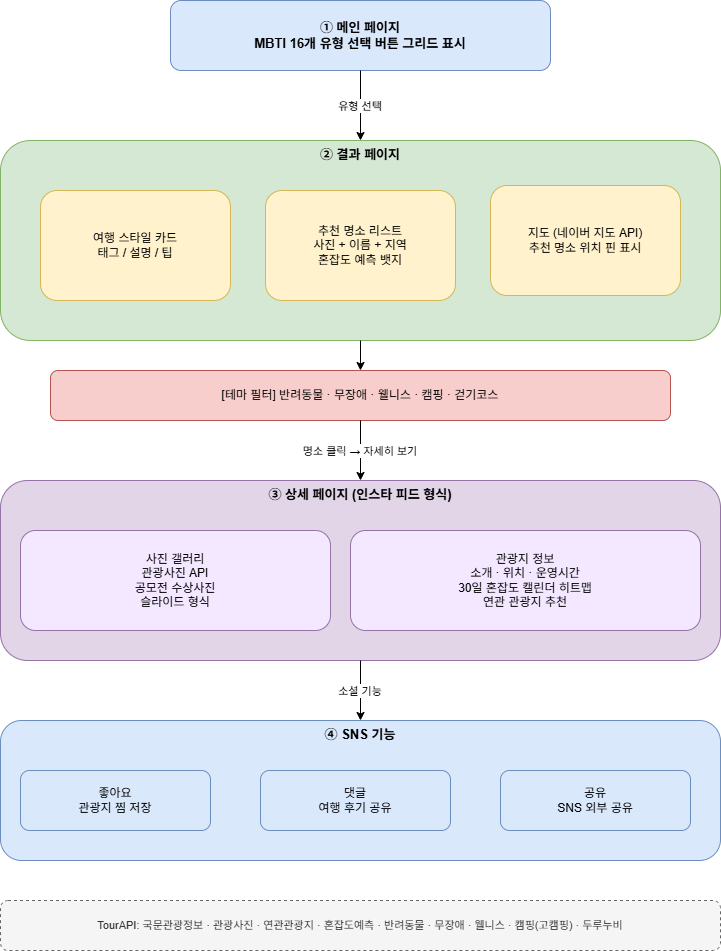
Before: assets/flowchart-light.png, a diagram exported from draw.io (rspstat/IYK). Source tidied: cells renumbered, new cells last; positions are measured from the earlier drawing's top-left corner, leaving out a move shared by most shapes.
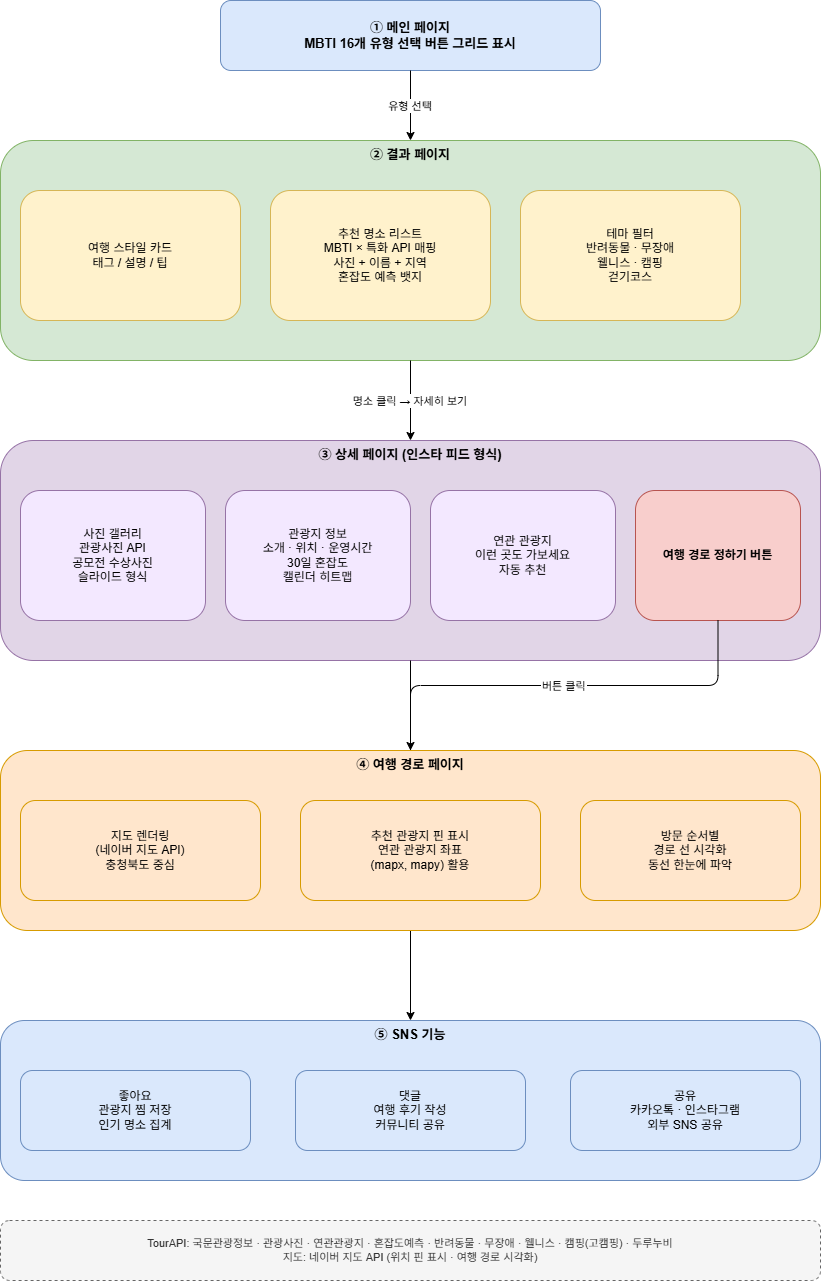
The same diagram one commit later.

Change to the diagram source:
```diff
@@ -5,56 +5,71 @@
     <mxCell id="2" value="① 메인 페이지&#10;MBTI 16개 유형 선택 버튼 그리드 표시" style="rounded=1;whiteSpace=wrap;html=1;fillColor=#dae8fc;strokeColor=#6c8ebf;fontStyle=1;fontSize=13;" parent="1" vertex="1">
       <mxGeometry x="170" width="380" height="70" as="geometry" />
     </mxCell>
-    <mxCell id="3" value="유형 선택" style="edgeStyle=orthogonalEdgeStyle;rounded=0;jettySize=auto;exitX=0.5;exitY=1;exitDx=0;exitDy=0;entryX=0.5;entryY=0;entryDx=0;entryDy=0;" parent="1" edge="1" source="2" target="4">
+    <mxCell id="3" value="유형 선택" style="edgeStyle=orthogonalEdgeStyle;" parent="1" edge="1" source="2" target="4">
       <mxGeometry relative="1" as="geometry" />
     </mxCell>
     <mxCell id="4" value="② 결과 페이지" style="rounded=1;whiteSpace=wrap;html=1;fillColor=#d5e8d4;strokeColor=#82b366;fontStyle=1;fontSize=13;verticalAlign=top;" parent="1" vertex="1">
-      <mxGeometry y="140" width="720" height="200" as="geometry" />
+      <mxGeometry x="-50" y="140" width="820" height="220" as="geometry" />
     </mxCell>
     <mxCell id="5" value="여행 스타일 카드&#10;태그 / 설명 / 팁" style="rounded=1;whiteSpace=wrap;html=1;fillColor=#fff2cc;strokeColor=#d6b656;fontSize=12;" parent="1" vertex="1">
-      <mxGeometry x="40" y="190" width="190" height="110" as="geometry" />
+      <mxGeometry x="-30" y="190" width="220" height="130" as="geometry" />
     </mxCell>
-    <mxCell id="6" value="추천 명소 리스트&#10;사진 + 이름 + 지역&#10;혼잡도 예측 뱃지" style="rounded=1;whiteSpace=wrap;html=1;fillColor=#fff2cc;strokeColor=#d6b656;fontSize=12;" parent="1" vertex="1">
-      <mxGeometry x="265" y="190" width="190" height="110" as="geometry" />
+    <mxCell id="6" value="추천 명소 리스트&#10;MBTI × 특화 API 매핑&#10;사진 + 이름 + 지역&#10;혼잡도 예측 뱃지" style="rounded=1;whiteSpace=wrap;html=1;fillColor=#fff2cc;strokeColor=#d6b656;fontSize=12;" parent="1" vertex="1">
+      <mxGeometry x="220" y="190" width="220" height="130" as="geometry" />
     </mxCell>
-    <mxCell id="7" value="지도 (네이버 지도 API)&#10;추천 명소 위치 핀 표시" style="rounded=1;whiteSpace=wrap;html=1;fillColor=#fff2cc;strokeColor=#d6b656;fontSize=12;" parent="1" vertex="1">
-      <mxGeometry x="490" y="185" width="190" height="110" as="geometry" />
+    <mxCell id="7" value="테마 필터&#10;반려동물 · 무장애&#10;웰니스 · 캠핑&#10;걷기코스" style="rounded=1;whiteSpace=wrap;html=1;fillColor=#fff2cc;strokeColor=#d6b656;fontSize=12;" parent="1" vertex="1">
+      <mxGeometry x="470" y="190" width="220" height="130" as="geometry" />
     </mxCell>
-    <mxCell id="8" value="[테마 필터]  반려동물 · 무장애 · 웰니스 · 캠핑 · 걷기코스" style="rounded=1;whiteSpace=wrap;html=1;fillColor=#f8cecc;strokeColor=#b85450;fontSize=12;" parent="1" vertex="1">
-      <mxGeometry x="50" y="370" width="620" height="50" as="geometry" />
+    <mxCell id="8" value="명소 클릭 → 자세히 보기" style="edgeStyle=orthogonalEdgeStyle;" parent="1" edge="1" source="4" target="11">
+      <mxGeometry relative="1" as="geometry" />
     </mxCell>
-    <mxCell id="9" style="edgeStyle=orthogonalEdgeStyle;" parent="1" edge="1" source="4" target="8">
-      <mxGeometry relative="1" as="geometry" />
-    </mxCell>
-    <mxCell id="10" value="명소 클릭 → 자세히 보기" style="edgeStyle=orthogonalEdgeStyle;" parent="1" edge="1" source="8" target="11">
-      <mxGeometry relative="1" as="geometry" />
-    </mxCell>
     <mxCell id="11" value="③ 상세 페이지 (인스타 피드 형식)" style="rounded=1;whiteSpace=wrap;html=1;fillColor=#e1d5e7;strokeColor=#9673a6;fontStyle=1;fontSize=13;verticalAlign=top;" parent="1" vertex="1">
-      <mxGeometry y="480" width="720" height="180" as="geometry" />
+      <mxGeometry x="-50" y="440" width="820" height="220" as="geometry" />
     </mxCell>
     <mxCell id="12" value="사진 갤러리&#10;관광사진 API&#10;공모전 수상사진&#10;슬라이드 형식" style="rounded=1;whiteSpace=wrap;html=1;fillColor=#f3e8ff;strokeColor=#9673a6;fontSize=12;" parent="1" vertex="1">
-      <mxGeometry x="20" y="530" width="310" height="100" as="geometry" />
+      <mxGeometry x="-30" y="490" width="185" height="130" as="geometry" />
     </mxCell>
-    <mxCell id="13" value="관광지 정보&#10;소개 · 위치 · 운영시간&#10;30일 혼잡도 캘린더 히트맵&#10;연관 관광지 추천" style="rounded=1;whiteSpace=wrap;html=1;fillColor=#f3e8ff;strokeColor=#9673a6;fontSize=12;" parent="1" vertex="1">
-      <mxGeometry x="350" y="530" width="350" height="100" as="geometry" />
+    <mxCell id="13" value="관광지 정보&#10;소개 · 위치 · 운영시간&#10;30일 혼잡도&#10;캘린더 히트맵" style="rounded=1;whiteSpace=wrap;html=1;fillColor=#f3e8ff;strokeColor=#9673a6;fontSize=12;" parent="1" vertex="1">
+      <mxGeometry x="175" y="490" width="185" height="130" as="geometry" />
     </mxCell>
-    <mxCell id="14" value="소셜 기능" style="edgeStyle=orthogonalEdgeStyle;" parent="1" edge="1" source="11" target="15">
-      <mxGeometry relative="1" as="geometry" />
+    <mxCell id="14" value="연관 관광지&#10;이런 곳도 가보세요&#10;자동 추천" style="rounded=1;whiteSpace=wrap;html=1;fillColor=#f3e8ff;strokeColor=#9673a6;fontSize=12;" parent="1" vertex="1">
+      <mxGeometry x="380" y="490" width="185" height="130" as="geometry" />
     </mxCell>
+    <mxCell id="20" value="여행 경로 정하기 버튼" style="rounded=1;whiteSpace=wrap;html=1;fillColor=#f8cecc;strokeColor=#b85450;fontStyle=1;fontSize=12;" parent="1" vertex="1">
+      <mxGeometry x="585" y="490" width="165" height="130" as="geometry" />
+    </mxCell>
-    <mxCell id="15" value="④ SNS 기능" style="rounded=1;whiteSpace=wrap;html=1;fillColor=#dae8fc;strokeColor=#6c8ebf;fontStyle=1;fontSize=13;verticalAlign=top;" parent="1" vertex="1">
-      <mxGeometry y="720" width="720" height="140" as="geometry" />
+    <mxCell id="15" value="버튼 클릭" style="edgeStyle=orthogonalEdgeStyle;" parent="1" edge="1" source="20" target="19">
+      <mxGeometry relative="1" as="geometry" />
     </mxCell>
-    <mxCell id="16" value="좋아요&#10;관광지 찜 저장" style="rounded=1;whiteSpace=wrap;html=1;fillColor=#dae8fc;strokeColor=#6c8ebf;fontSize=12;" parent="1" vertex="1">
-      <mxGeometry x="20" y="770" width="190" height="60" as="geometry" />
+    <mxCell id="16" value="소셜 기능" style="edgeStyle=orthogonalEdgeStyle;exitX=0.5;exitY=1;exitDx=0;exitDy=0;" parent="1" edge="1" source="11" target="24">
+      <mxGeometry relative="1" as="geometry" />
     </mxCell>
-    <mxCell id="17" value="댓글&#10;여행 후기 공유" style="rounded=1;whiteSpace=wrap;html=1;fillColor=#dae8fc;strokeColor=#6c8ebf;fontSize=12;" parent="1" vertex="1">
-      <mxGeometry x="260" y="770" width="190" height="60" as="geometry" />
-    </mxCell>
-    <mxCell id="18" value="공유&#10;SNS 외부 공유" style="rounded=1;whiteSpace=wrap;html=1;fillColor=#dae8fc;strokeColor=#6c8ebf;fontSize=12;" parent="1" vertex="1">
-      <mxGeometry x="500" y="770" width="190" height="60" as="geometry" />
-    </mxCell>
-    <mxCell id="19" value="TourAPI: 국문관광정보 · 관광사진 · 연관관광지 · 혼잡도예측 · 반려동물 · 무장애 · 웰니스 · 캠핑(고캠핑) · 두루누비" style="rounded=1;whiteSpace=wrap;html=1;fillColor=#f5f5f5;strokeColor=#666666;fontColor=#333333;fontSize=11;dashed=1;" parent="1" vertex="1">
-      <mxGeometry y="900" width="720" height="50" as="geometry" />
+    <mxCell id="19" value="④ 여행 경로 페이지" style="rounded=1;whiteSpace=wrap;html=1;fillColor=#ffe6cc;strokeColor=#d79b00;fontStyle=1;fontSize=13;verticalAlign=top;" parent="1" vertex="1">
+      <mxGeometry x="-50" y="750" width="820" height="180" as="geometry" />
     </mxCell>
+    <mxCell id="21" value="지도 렌더링&#10;(네이버 지도 API)&#10;충청북도 중심" style="rounded=1;whiteSpace=wrap;html=1;fillColor=#ffe6cc;strokeColor=#d79b00;fontSize=12;" parent="1" vertex="1">
+      <mxGeometry x="-30" y="800" width="240" height="100" as="geometry" />
+    </mxCell>
+    <mxCell id="22" value="추천 관광지 핀 표시&#10;연관 관광지 좌표&#10;(mapx, mapy) 활용" style="rounded=1;whiteSpace=wrap;html=1;fillColor=#ffe6cc;strokeColor=#d79b00;fontSize=12;" parent="1" vertex="1">
+      <mxGeometry x="250" y="800" width="240" height="100" as="geometry" />
+    </mxCell>
+    <mxCell id="23" value="방문 순서별&#10;경로 선 시각화&#10;동선 한눈에 파악" style="rounded=1;whiteSpace=wrap;html=1;fillColor=#ffe6cc;strokeColor=#d79b00;fontSize=12;" parent="1" vertex="1">
+      <mxGeometry x="530" y="800" width="220" height="100" as="geometry" />
+    </mxCell>
+    <mxCell id="24" value="⑤ SNS 기능" style="rounded=1;whiteSpace=wrap;html=1;fillColor=#dae8fc;strokeColor=#6c8ebf;fontStyle=1;fontSize=13;verticalAlign=top;" parent="1" vertex="1">
+      <mxGeometry x="-50" y="1020" width="820" height="160" as="geometry" />
+    </mxCell>
+    <mxCell id="25" value="좋아요&#10;관광지 찜 저장&#10;인기 명소 집계" style="rounded=1;whiteSpace=wrap;html=1;fillColor=#dae8fc;strokeColor=#6c8ebf;fontSize=12;" parent="1" vertex="1">
+      <mxGeometry x="-30" y="1070" width="230" height="80" as="geometry" />
+    </mxCell>
+    <mxCell id="26" value="댓글&#10;여행 후기 작성&#10;커뮤니티 공유" style="rounded=1;whiteSpace=wrap;html=1;fillColor=#dae8fc;strokeColor=#6c8ebf;fontSize=12;" parent="1" vertex="1">
+      <mxGeometry x="245" y="1070" width="230" height="80" as="geometry" />
+    </mxCell>
+    <mxCell id="27" value="공유&#10;카카오톡 · 인스타그램&#10;외부 SNS 공유" style="rounded=1;whiteSpace=wrap;html=1;fillColor=#dae8fc;strokeColor=#6c8ebf;fontSize=12;" parent="1" vertex="1">
+      <mxGeometry x="520" y="1070" width="230" height="80" as="geometry" />
+    </mxCell>
+    <mxCell id="28" value="TourAPI: 국문관광정보 · 관광사진 · 연관관광지 · 혼잡도예측 · 반려동물 · 무장애 · 웰니스 · 캠핑(고캠핑) · 두루누비&#10;지도: 네이버 지도 API (위치 핀 표시 · 여행 경로 시각화)" style="rounded=1;whiteSpace=wrap;html=1;fillColor=#f5f5f5;strokeColor=#666666;fontColor=#333333;fontSize=11;dashed=1;" parent="1" vertex="1">
+      <mxGeometry x="-50" y="1220" width="820" height="60" as="geometry" />
+    </mxCell>
   </root>
 </mxGraphModel>
```
